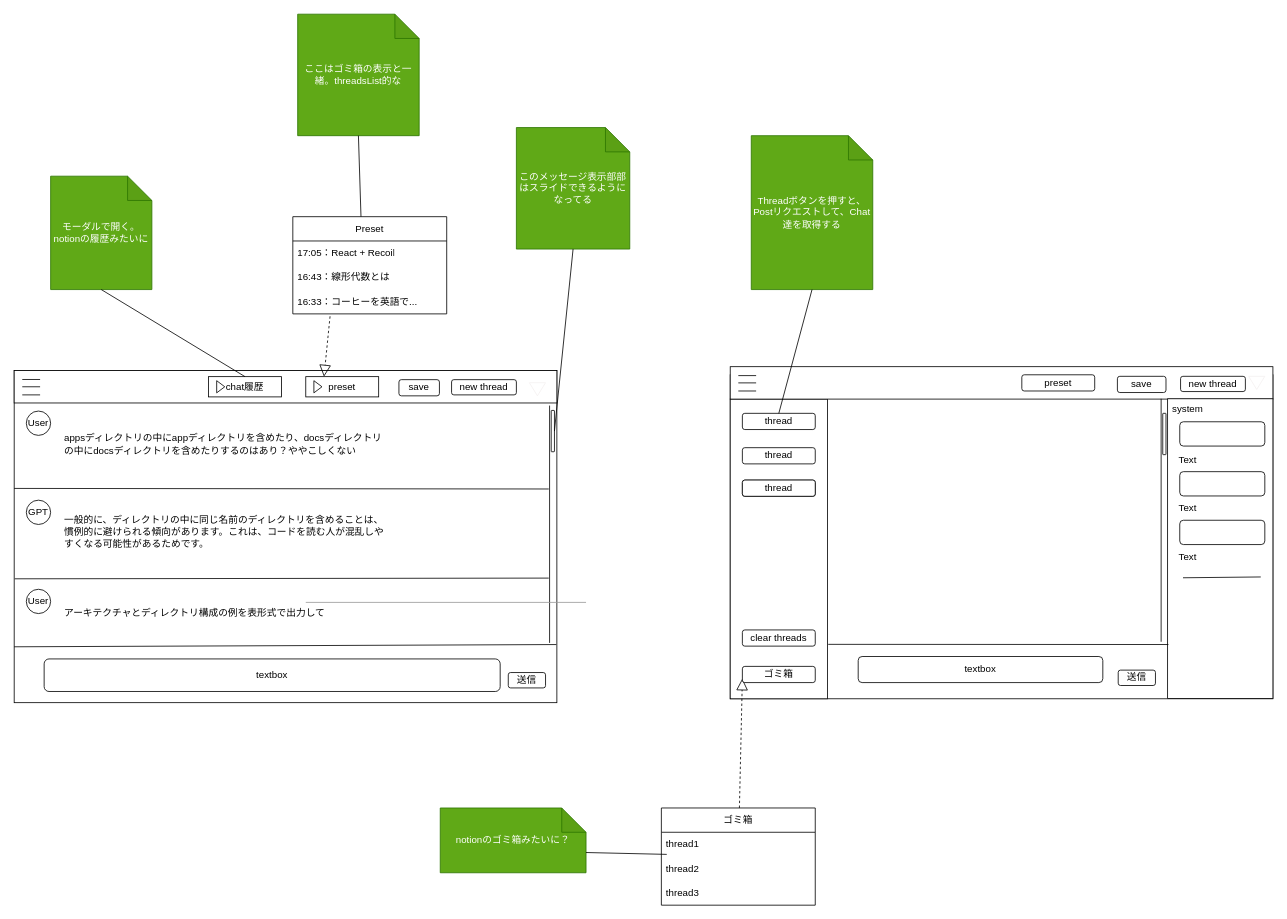
Above: docs/ui-v1.drawio in bamboo-house/BambooGPT (draw.io), before the change. Source tidied: cells renumbered, new cells numbered last; positions are measured from the earlier drawing's top-left corner, leaving out a move shared by most shapes. Both pictures are drawn from the tidied source at 81%, with x=0, y=0 at pixel (14, 14).
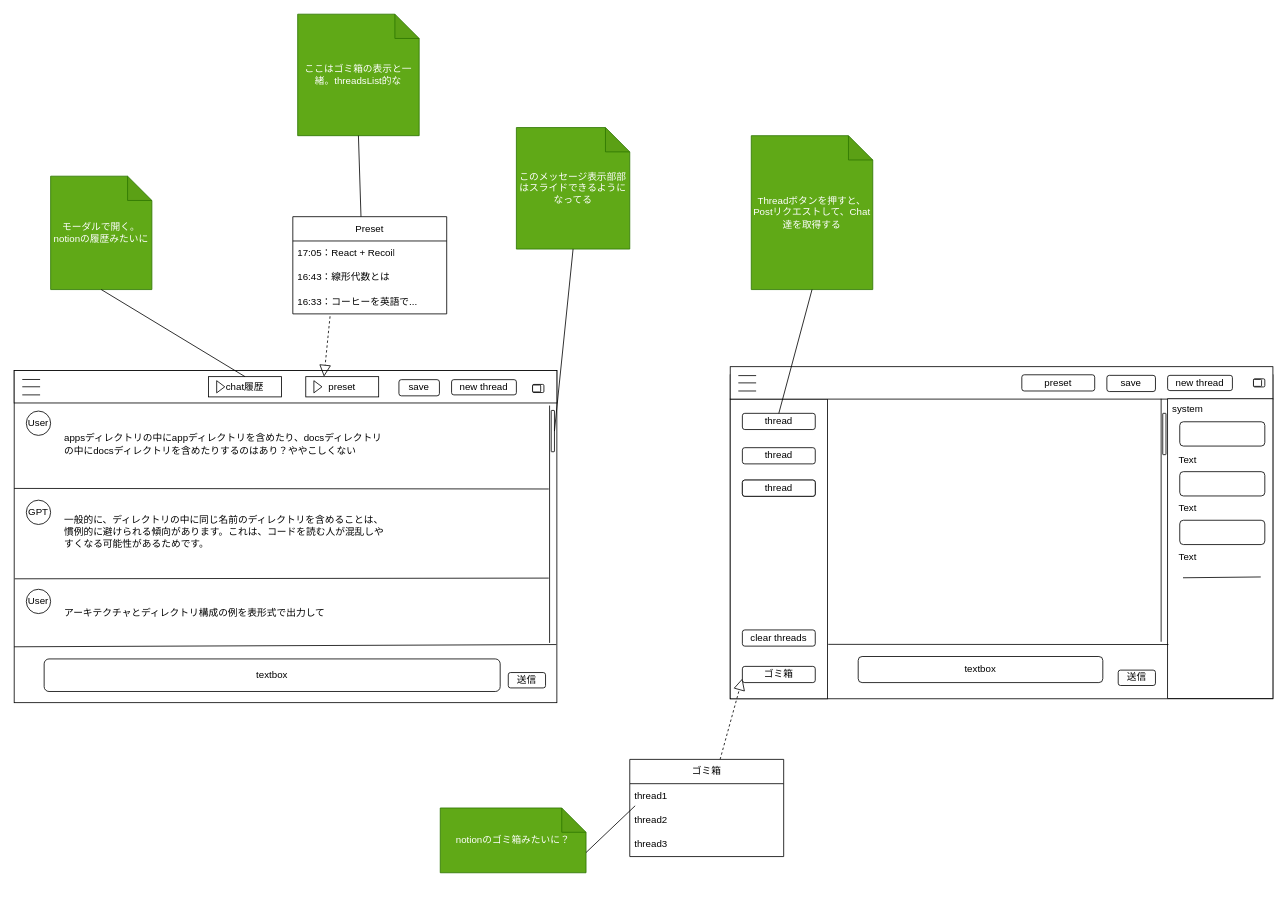
After the change.

The edit, as a diff of the source:
```diff
@@
     <mxCell id="8" value="ゴミ箱" style="swimlane;fontStyle=0;horizontal=1;startSize=30;whiteSpace=wrap;html=1;fillColor=default;" parent="1" vertex="1">
-      <mxGeometry x="799" y="980" width="190" height="120" as="geometry" />
+      <mxGeometry x="760" y="920" width="190" height="120" as="geometry" />
     </mxCell>
@@
     <mxCell id="14" value="save" style="rounded=1;whiteSpace=wrap;html=1;" parent="1" vertex="1">
-      <mxGeometry x="1362" y="447.1" width="60" height="20" as="geometry" />
+      <mxGeometry x="1349" y="445.9" width="60" height="20" as="geometry" />
     </mxCell>
@@
-    <mxCell id="54" style="dashed=0;shape=line;strokeWidth=1;noLabel=1;strokeColor=#999999;fillColor=default;" parent="1" vertex="1">
-      <mxGeometry x="360" y="721.2" width="346" height="10" as="geometry" />
-    </mxCell>
-    <mxCell id="55" style="triangle;whiteSpace=wrap;html=1;strokeColor=#f4f1f1;strokeWidth=1;fillColor=default;direction=south;" parent="1" vertex="1">
-      <mxGeometry x="636" y="455" width="20" height="16.2" as="geometry" />
-    </mxCell>
-    <mxCell id="56" style="triangle;whiteSpace=wrap;html=1;strokeColor=#f4f1f1;strokeWidth=1;fillColor=default;direction=south;" parent="1" vertex="1">
-      <mxGeometry x="1524" y="447.1" width="20" height="16.2" as="geometry" />
-    </mxCell>
@@
     <mxCell id="63" value="new thread" style="rounded=1;whiteSpace=wrap;html=1;" parent="1" vertex="1">
-      <mxGeometry x="1440" y="447.1" width="80" height="18.8" as="geometry" />
+      <mxGeometry x="1424" y="445.9" width="80" height="18.8" as="geometry" />
     </mxCell>
@@
+    <mxCell id="78" style="rounded=1;whiteSpace=wrap;html=1;" parent="1" vertex="1">
+      <mxGeometry x="640" y="457.1" width="14" height="10" as="geometry" />
+    </mxCell>
+    <mxCell id="79" style="rounded=1;whiteSpace=wrap;html=1;" parent="1" vertex="1">
+      <mxGeometry x="640" y="457.8" width="10" height="8.6" as="geometry" />
+    </mxCell>
+    <mxCell id="80" style="rounded=1;whiteSpace=wrap;html=1;" parent="1" vertex="1">
+      <mxGeometry x="1530" y="450.2" width="14" height="10" as="geometry" />
+    </mxCell>
+    <mxCell id="81" style="rounded=1;whiteSpace=wrap;html=1;" parent="1" vertex="1">
+      <mxGeometry x="1530" y="450.9" width="10" height="8.6" as="geometry" />
+    </mxCell>
```
